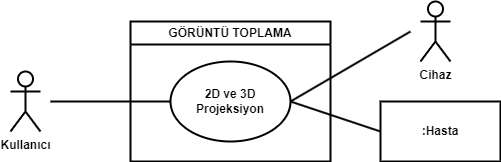
Earlier version of the draw.io export use-case-diagrams/06-goruntu-toplama-use-case-diyagrami.png (rasimthegrey/ndat-optomo). Source tidied: cells renumbered, new cells last; positions are measured from the earlier drawing's top-left corner, leaving out a move shared by most shapes.
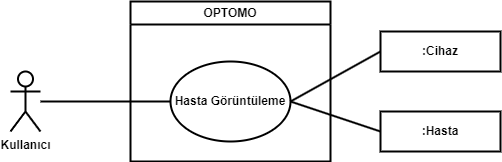
After the commit.

Diff of the diagram source:
```diff
@@ -1,34 +1,30 @@
-<mxGraphModel background="#FFFFFF">
+<mxGraphModel background="#ffffff">
   <root>
     <mxCell id="0" />
     <mxCell id="1" parent="0" />
-    <mxCell id="2" value="GÖRÜNTÜ TOPLAMA" style="swimlane;whiteSpace=wrap;html=1;strokeWidth=2;" parent="1" vertex="1">
-      <mxGeometry x="120" y="20" width="200" height="140" as="geometry" />
-    </mxCell>
-    <mxCell id="3" value="&lt;b&gt;2D ve 3D Projeksiyon&lt;/b&gt;" style="ellipse;whiteSpace=wrap;html=1;strokeWidth=2;" parent="2" vertex="1">
-      <mxGeometry x="40" y="40" width="120" height="80" as="geometry" />
-    </mxCell>
+    <mxCell id="10" value="OPTOMO" style="swimlane;whiteSpace=wrap;html=1;strokeWidth=2;" parent="1" vertex="1">
+      <mxGeometry x="100" y="20" width="200" height="160" as="geometry" />
+    </mxCell>
+    <mxCell id="11" value="&lt;b&gt;Hasta Görüntüleme&lt;/b&gt;" style="ellipse;whiteSpace=wrap;html=1;strokeWidth=2;" parent="10" vertex="1">
+      <mxGeometry x="40" y="60" width="120" height="80" as="geometry" />
+    </mxCell>
     <mxCell id="4" value="&lt;b&gt;Kullanıcı&lt;/b&gt;" style="shape=umlActor;verticalLabelPosition=bottom;verticalAlign=top;html=1;outlineConnect=0;strokeWidth=2;" parent="1" vertex="1">
-      <mxGeometry y="70" width="30" height="60" as="geometry" />
+      <mxGeometry x="-20" y="90" width="30" height="60" as="geometry" />
     </mxCell>
-    <mxCell id="5" value="&lt;b&gt;Cihaz&lt;/b&gt;" style="shape=umlActor;verticalLabelPosition=bottom;verticalAlign=top;html=1;strokeWidth=2;" parent="1" vertex="1">
-      <mxGeometry x="410" width="30" height="60" as="geometry" />
-    </mxCell>
-    <mxCell id="6" style="endArrow=none;html=1;rounded=0;entryX=0;entryY=0.5;entryDx=0;entryDy=0;strokeWidth=2;" parent="1" edge="1" target="3">
-      <mxGeometry relative="1" as="geometry">
-        <mxPoint x="40" y="100" as="sourcePoint" />
-      </mxGeometry>
-    </mxCell>
-    <mxCell id="7" style="endArrow=none;html=1;rounded=0;exitX=1;exitY=0.5;exitDx=0;exitDy=0;strokeWidth=2;" parent="1" edge="1" source="3">
-      <mxGeometry relative="1" as="geometry">
-        <mxPoint x="400" y="30" as="targetPoint" />
-      </mxGeometry>
-    </mxCell>
+    <mxCell id="12" style="endArrow=none;html=1;rounded=0;strokeWidth=2;entryX=0;entryY=0.5;entryDx=0;entryDy=0;" parent="1" edge="1" source="4" target="11">
+      <mxGeometry relative="1" as="geometry" />
+    </mxCell>
+    <mxCell id="13" style="endArrow=none;html=1;rounded=0;strokeWidth=2;exitX=1;exitY=0.5;exitDx=0;exitDy=0;entryX=0;entryY=0.5;entryDx=0;entryDy=0;" parent="1" edge="1" source="11" target="14">
+      <mxGeometry relative="1" as="geometry" />
+    </mxCell>
+    <mxCell id="14" value="&lt;b&gt;:Cihaz&lt;/b&gt;" style="rounded=0;whiteSpace=wrap;html=1;strokeWidth=2;" parent="1" vertex="1">
+      <mxGeometry x="350" y="50" width="120" height="40" as="geometry" />
+    </mxCell>
     <mxCell id="8" value="&lt;b&gt;:Hasta&lt;/b&gt;" style="rounded=0;whiteSpace=wrap;html=1;strokeWidth=2;" parent="1" vertex="1">
-      <mxGeometry x="370" y="100" width="120" height="60" as="geometry" />
+      <mxGeometry x="350" y="130" width="120" height="40" as="geometry" />
     </mxCell>
-    <mxCell id="9" style="endArrow=none;html=1;rounded=0;entryX=0;entryY=0.5;entryDx=0;entryDy=0;exitX=1;exitY=0.5;exitDx=0;exitDy=0;strokeWidth=2;" parent="1" edge="1" source="3" target="8">
-      <mxGeometry relative="1" as="geometry" />
-    </mxCell>
+    <mxCell id="15" style="endArrow=none;html=1;rounded=0;strokeWidth=2;entryX=0;entryY=0.5;entryDx=0;entryDy=0;exitX=1;exitY=0.5;exitDx=0;exitDy=0;" parent="1" edge="1" source="11" target="8">
+      <mxGeometry relative="1" as="geometry" />
+    </mxCell>
   </root>
 </mxGraphModel>
```
